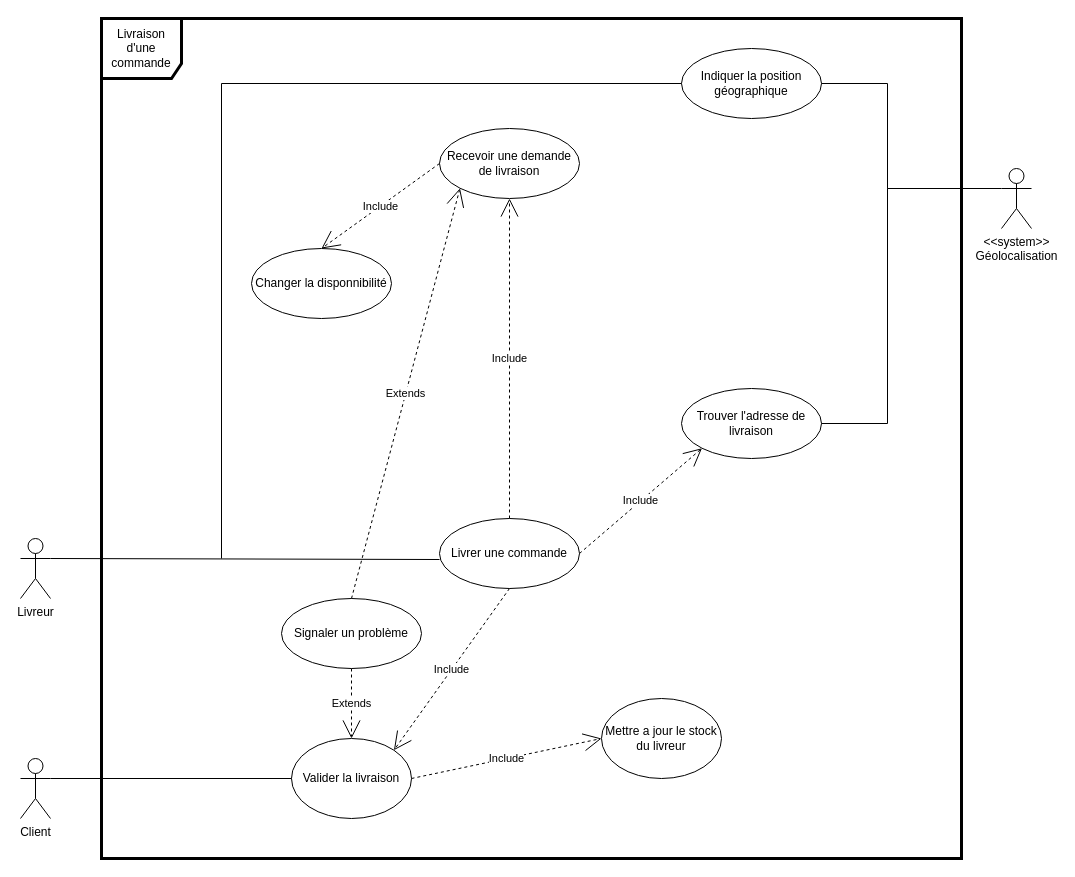
Earlier version of the draw.io diagram page "Livraison d'une commande" (2 of 3) of Cas d_utilisation.drawio (klaxurit/JuncaHugo_4_10122021). Source tidied: cells renumbered, new cells numbered last; positions are measured from the earlier drawing's top-left corner, leaving out a move shared by most shapes. Both pictures are drawn from the tidied source at 100%, with x=0, y=0 at pixel (20, 18).
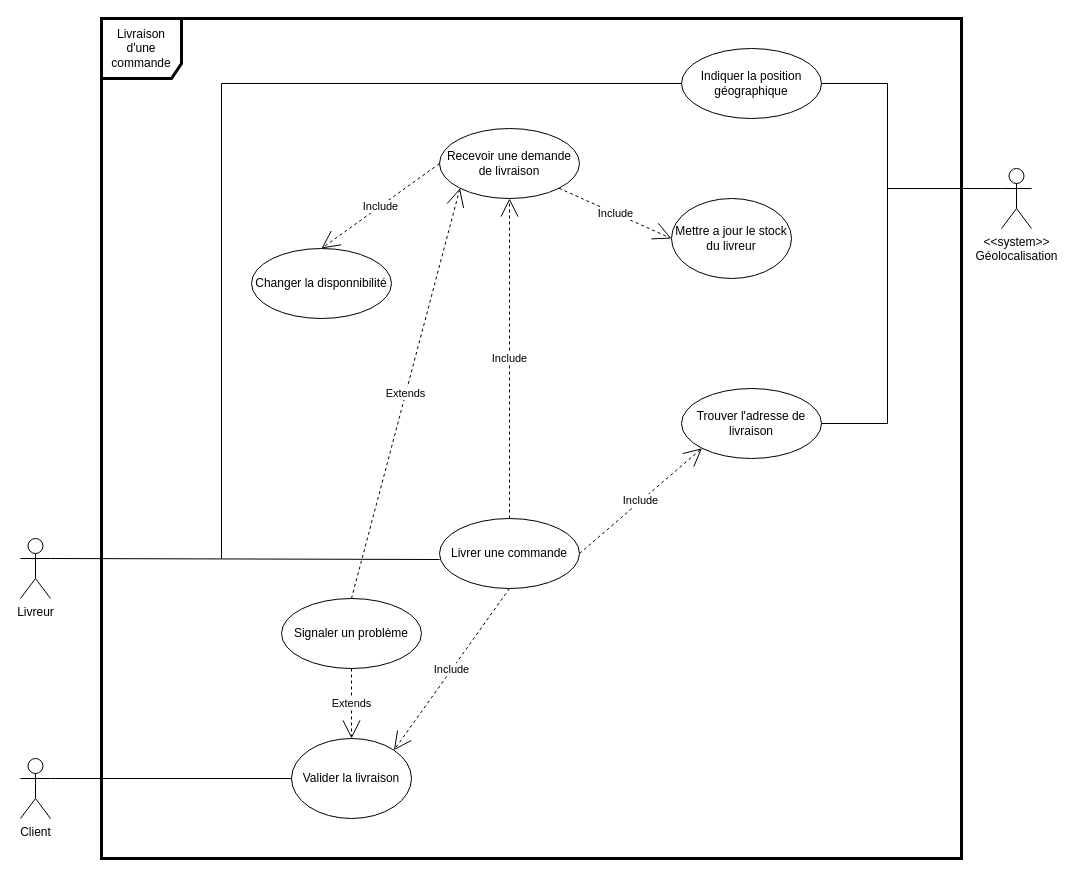
After the change.

Unchanged cells that the change refers to:
```xml
<mxCell id="13" value="Recevoir une demande de livraison" style="ellipse;whiteSpace=wrap;html=1;strokeWidth=1;" parent="1" vertex="1">
  <mxGeometry x="419" y="110" width="140" height="70" as="geometry" />
</mxCell>
<mxCell id="20" value="Valider la livraison" style="ellipse;whiteSpace=wrap;html=1;" parent="1" vertex="1">
  <mxGeometry x="271" y="720" width="120" height="80" as="geometry" />
</mxCell>
```

What changed in the source:
```diff
@@
     <mxCell id="25" value="Mettre a jour le stock du livreur" style="ellipse;whiteSpace=wrap;html=1;" parent="1" vertex="1">
-      <mxGeometry x="581" y="680" width="120" height="80" as="geometry" />
+      <mxGeometry x="651" y="180" width="120" height="80" as="geometry" />
     </mxCell>
-    <mxCell id="26" value="Include" style="endArrow=open;endSize=16;endFill=0;html=1;rounded=0;entryX=0;entryY=0.5;entryDx=0;entryDy=0;exitX=1;exitY=0.5;exitDx=0;exitDy=0;dashed=1;" parent="1" edge="1" source="20" target="25">
+    <mxCell id="26" value="Include" style="endArrow=open;endSize=16;endFill=0;html=1;rounded=0;entryX=0;entryY=0.5;entryDx=0;entryDy=0;dashed=1;exitX=1;exitY=1;exitDx=0;exitDy=0;" parent="1" edge="1" source="13" target="25">
       <mxGeometry relative="1" as="geometry" />
     </mxCell>
```
